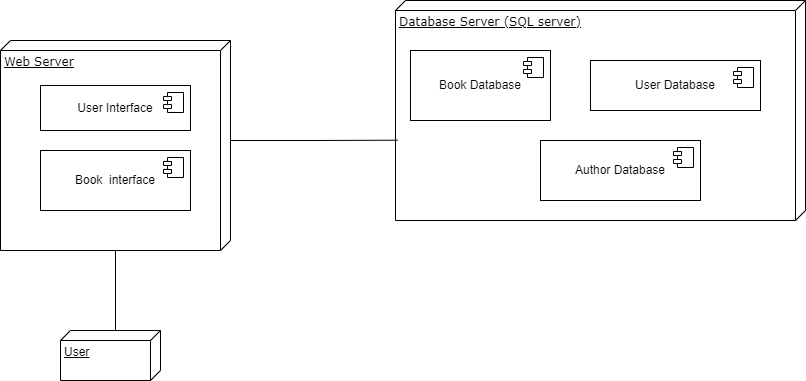
Above: specifications/images/DeploymentDiagram.png in CarlosGongorar/EBook-Project (draw.io), before the change. Source tidied: cells renumbered, new cells last; positions are measured from the earlier drawing's top-left corner, leaving out a move shared by most shapes.
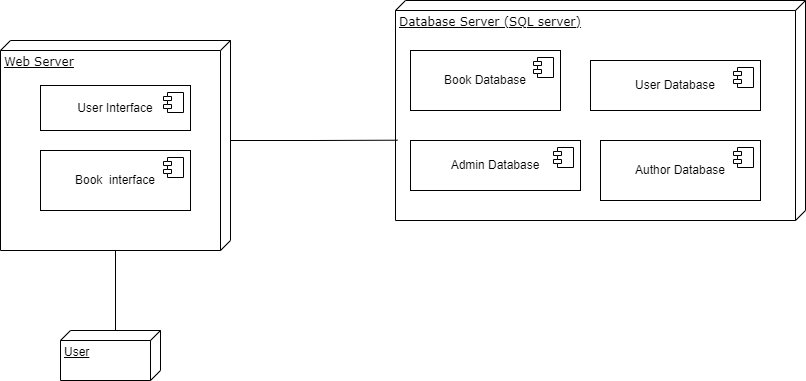
The same file after the commit.

Commit message:
Adding Activity Diagrams

What changed in the source:
```diff
@@ -15,7 +15,7 @@
       </mxGeometry>
     </mxCell>
     <mxCell id="5" value="Book Database" style="html=1;whiteSpace=wrap;" parent="1" vertex="1">
-      <mxGeometry x="410" y="50" width="140" height="70" as="geometry" />
+      <mxGeometry x="410" y="50" width="150" height="60" as="geometry" />
     </mxCell>
     <mxCell id="6" style="shape=module;jettyWidth=8;jettyHeight=4;" parent="5" vertex="1">
       <mxGeometry x="1" width="20" height="20" relative="1" as="geometry">
@@ -31,7 +31,7 @@
       </mxGeometry>
     </mxCell>
     <mxCell id="9" value="Author Database" style="html=1;whiteSpace=wrap;" parent="1" vertex="1">
-      <mxGeometry x="540" y="140" width="160" height="60" as="geometry" />
+      <mxGeometry x="600" y="140" width="160" height="60" as="geometry" />
     </mxCell>
     <mxCell id="10" style="shape=module;jettyWidth=8;jettyHeight=4;" parent="9" vertex="1">
       <mxGeometry x="1" width="20" height="20" relative="1" as="geometry">
@@ -63,5 +63,13 @@
     <mxCell id="17" style="edgeStyle=orthogonalEdgeStyle;rounded=0;jettySize=auto;html=1;exitX=0;exitY=0;exitDx=100;exitDy=0;exitPerimeter=0;entryX=0.635;entryY=0.995;entryDx=0;entryDy=0;entryPerimeter=0;endArrow=none;endFill=0;" parent="1" edge="1" source="2" target="3">
       <mxGeometry relative="1" as="geometry" />
     </mxCell>
+    <mxCell id="18" value="Admin Database" style="html=1;whiteSpace=wrap;" parent="1" vertex="1">
+      <mxGeometry x="410" y="140" width="170" height="50" as="geometry" />
+    </mxCell>
+    <mxCell id="19" style="shape=module;jettyWidth=8;jettyHeight=4;" parent="18" vertex="1">
+      <mxGeometry x="1" width="20" height="20" relative="1" as="geometry">
+        <mxPoint x="-27" y="7" as="offset" />
+      </mxGeometry>
+    </mxCell>
   </root>
 </mxGraphModel>
```
